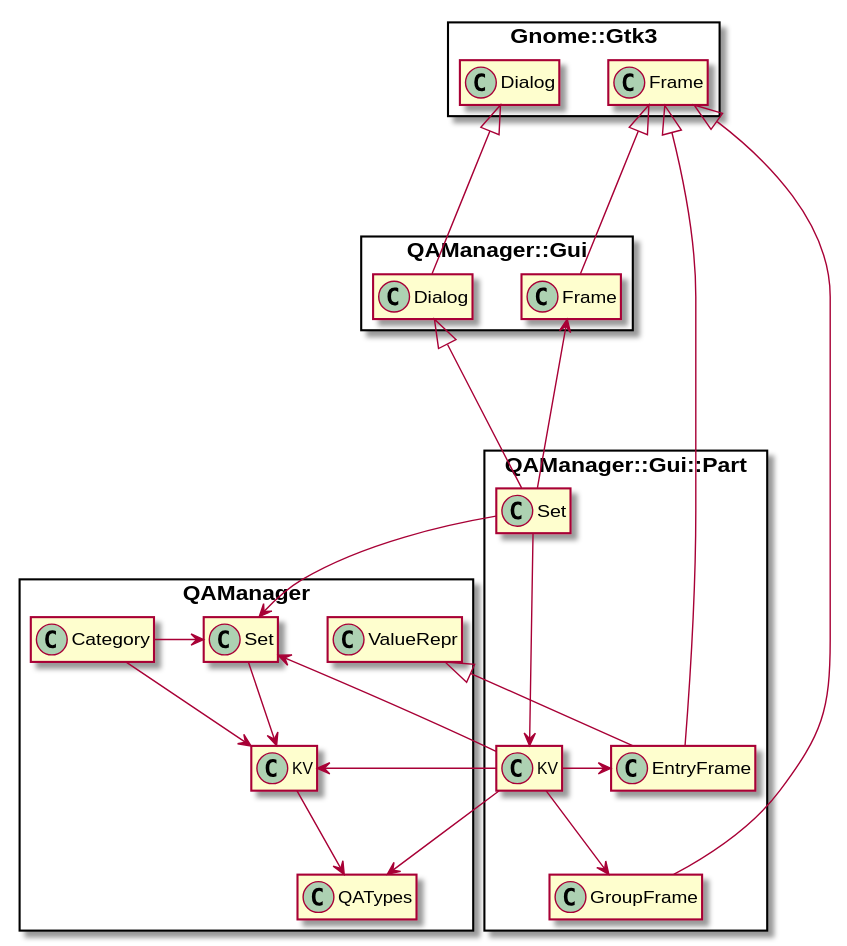
Earlier version of the PlantUML export doc/plantuml/structure-demodialog.svg (MARTIMM/qa-manager).
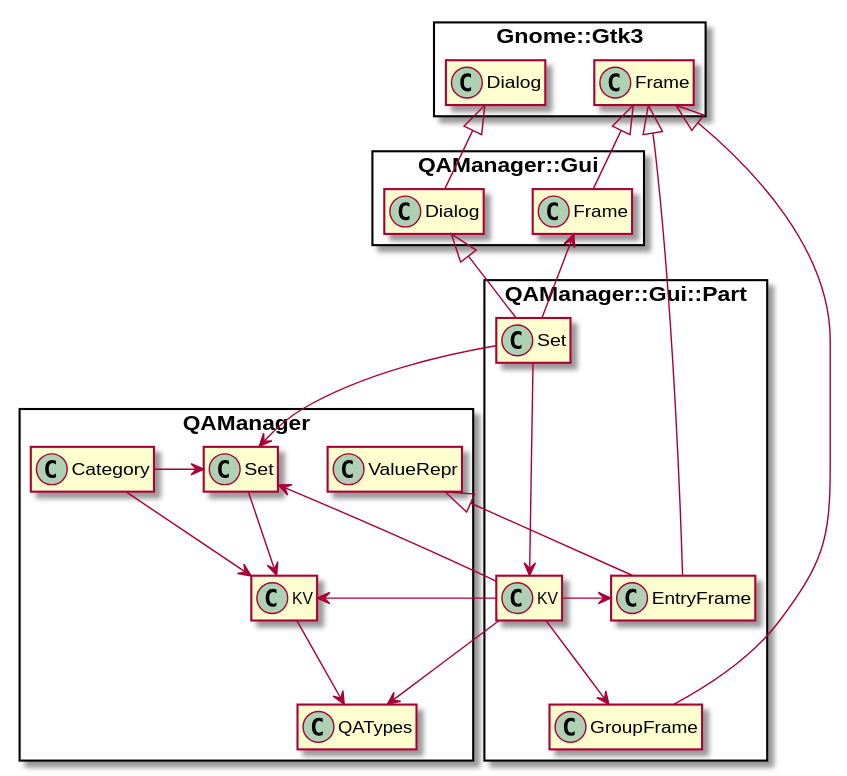
After the change.

Commit message:
uml notes

The edit, as a diff of the source:
```diff
@@ -2,6 +2,7 @@
 skinparam packageStyle rectangle
 set namespaceSeparator ::
 hide members
+
 
 QAManager::Category -> QAManager::Set
 QAManager::Category --> QAManager::KV
@@ -10,8 +11,8 @@
 
 QAManager::KV --> QAManager::QATypes
 
-Gnome::Gtk3::Dialog <|--- QAManager::Gui::Dialog
-QAManager::Gui::Dialog <|--- QAManager::Gui::Part::Set
+Gnome::Gtk3::Dialog <|-- QAManager::Gui::Dialog
+QAManager::Gui::Dialog <|-- QAManager::Gui::Part::Set
 
 QAManager::Gui::Part::Set --> QAManager::Set
 QAManager::Gui::Part::Set ---> QAManager::Gui::Part::KV
```
